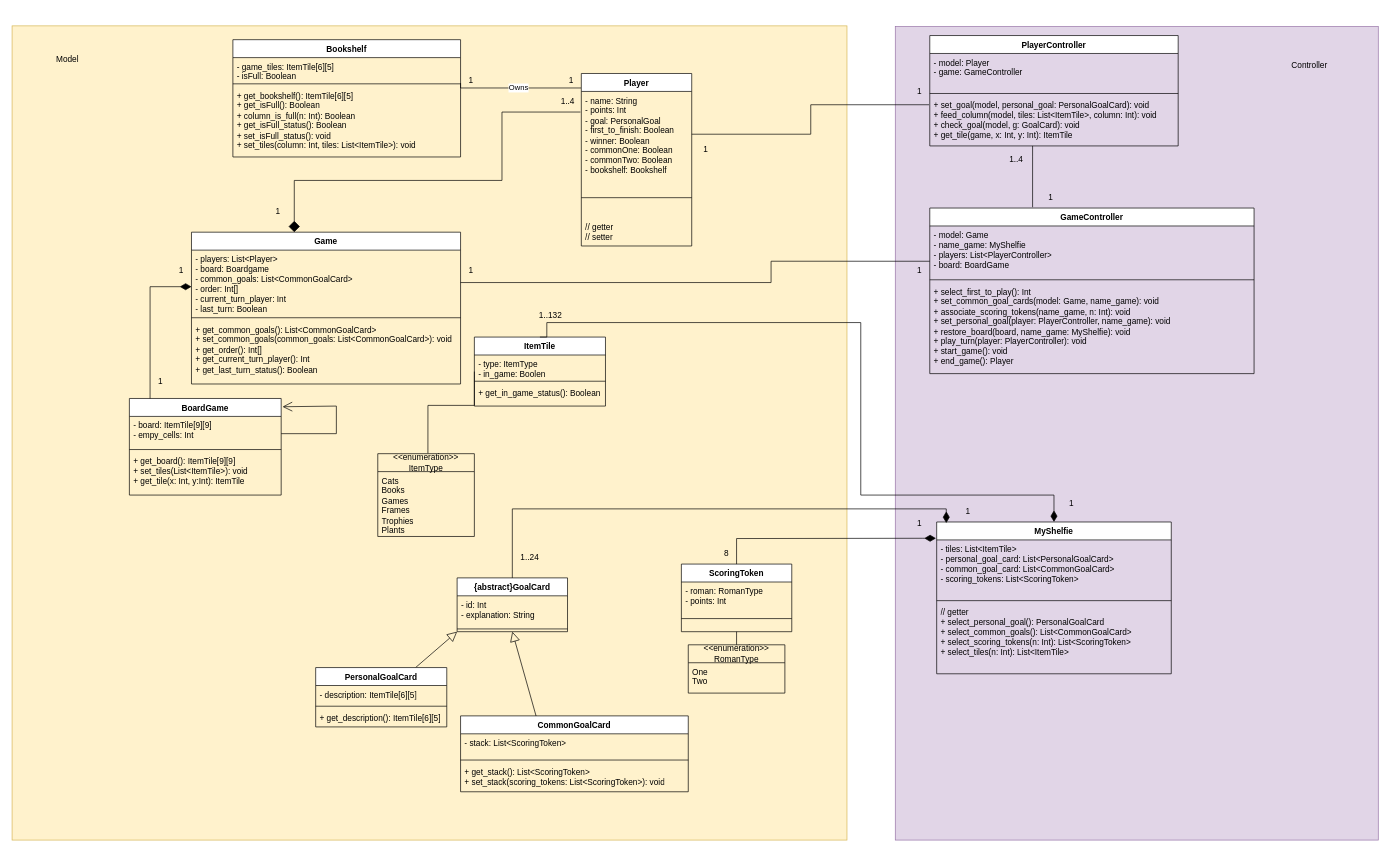
Earlier version of the draw.io diagram deliverable/classdiagram.drawio (andbna10/ing-sw-2023-Gentile-Gangi-Grandi-Isgro). Source tidied: cells renumbered, new cells numbered last; positions are measured from the earlier drawing's top-left corner, leaving out a move shared by most shapes. Both pictures are drawn from the tidied source at 69%, with x=0, y=0 at pixel (12, 26).
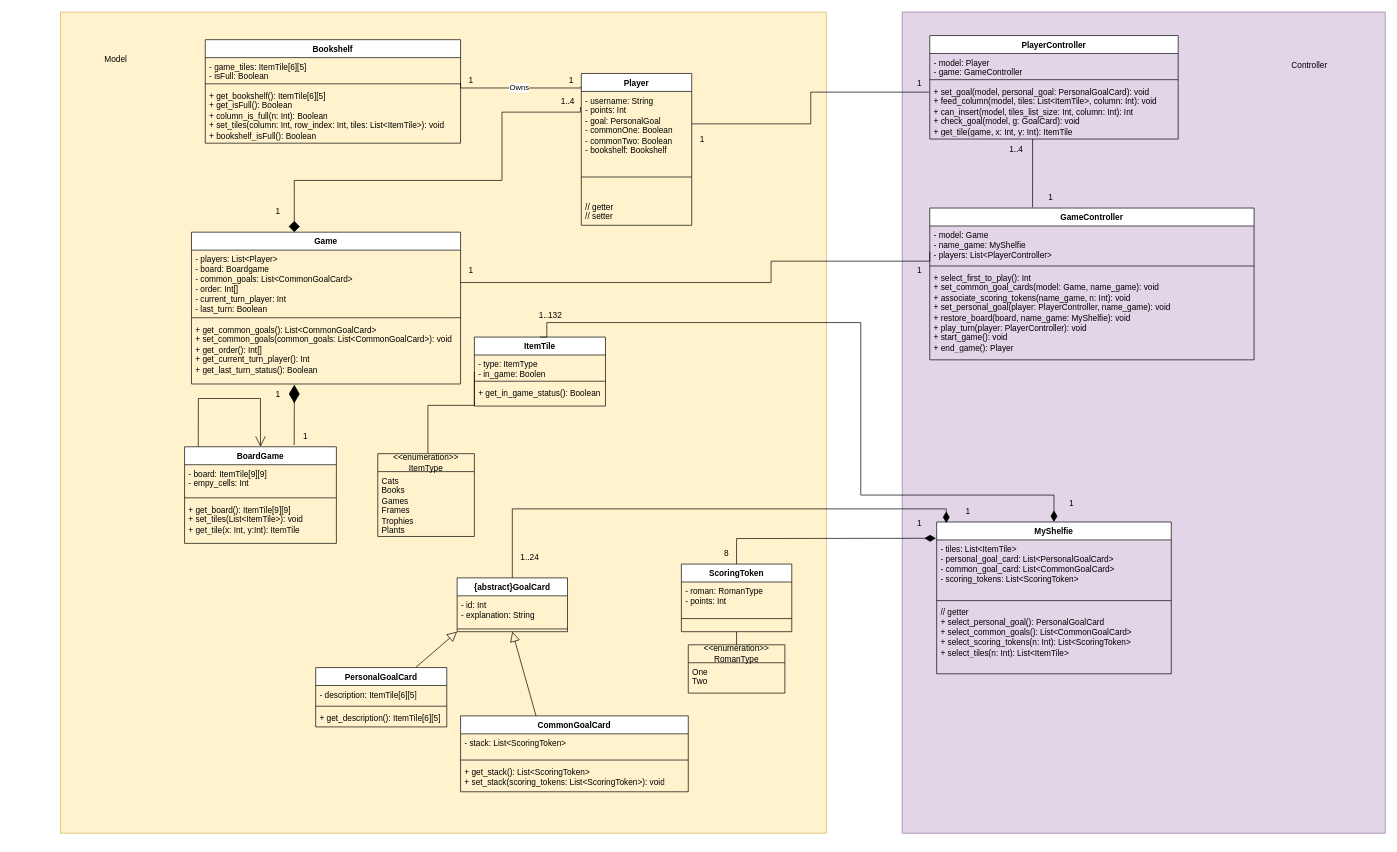
The same page after the edit.

Change to the diagram source:
```diff
@@
+    <mxCell id="3" style="rounded=0;whiteSpace=wrap;html=1;fillColor=#fff2cc;strokeColor=#d6b656;" parent="1" vertex="1">
+      <mxGeometry x="70" y="-20" width="1110" height="1190" as="geometry" />
+    </mxCell>
     <mxCell id="2" style="rounded=0;whiteSpace=wrap;html=1;fillColor=#e1d5e7;strokeColor=#9673a6;" parent="1" vertex="1">
-      <mxGeometry x="1280" y="1" width="700" height="1179" as="geometry" />
+      <mxGeometry x="1290" y="-20" width="700" height="1190" as="geometry" />
     </mxCell>
-    <mxCell id="3" style="rounded=0;whiteSpace=wrap;html=1;fillColor=#fff2cc;strokeColor=#d6b656;" parent="1" vertex="1">
-      <mxGeometry width="1210" height="1180" as="geometry" />
-    </mxCell>
     <mxCell id="4" value="GameController" style="swimlane;fontStyle=1;align=center;verticalAlign=top;horizontal=1;startSize=26;whiteSpace=wrap;html=1;" parent="1" vertex="1">
-      <mxGeometry x="1330" y="264" width="470" height="240" as="geometry" />
+      <mxGeometry x="1330" y="264" width="470" height="220" as="geometry" />
     </mxCell>
-    <mxCell id="5" value="- model: Game&lt;br&gt;-&amp;nbsp;name_game: MyShelfie&lt;br&gt;- players: List&amp;lt;PlayerController&amp;gt;&lt;br&gt;- board: BoardGame" style="text;strokeColor=none;fillColor=none;align=left;verticalAlign=top;spacingLeft=4;spacingRight=4;overflow=hidden;points=[[0,0.5],[1,0.5]];portConstraint=eastwest;whiteSpace=wrap;html=1;" parent="4" vertex="1">
-      <mxGeometry y="26" width="470" height="74" as="geometry" />
+    <mxCell id="5" value="- model: Game&lt;br&gt;-&amp;nbsp;name_game: MyShelfie&lt;br&gt;- players: List&amp;lt;PlayerController&amp;gt;" style="text;strokeColor=none;fillColor=none;align=left;verticalAlign=top;spacingLeft=4;spacingRight=4;overflow=hidden;points=[[0,0.5],[1,0.5]];portConstraint=eastwest;whiteSpace=wrap;html=1;" parent="4" vertex="1">
+      <mxGeometry y="26" width="470" height="54" as="geometry" />
     </mxCell>
     <mxCell id="6" style="line;strokeWidth=1;fillColor=none;align=left;verticalAlign=middle;spacingTop=-1;spacingLeft=3;spacingRight=3;labelPosition=right;strokeColor=inherit;" parent="4" vertex="1">
-      <mxGeometry y="100" width="470" height="8" as="geometry" />
+      <mxGeometry y="80" width="470" height="8" as="geometry" />
     </mxCell>
     <mxCell id="7" value="+ select_first_to_play(): Int&lt;br&gt;+ set_common_goal_cards(model: Game, name_game): void&lt;br&gt;+ associate_scoring_tokens(name_game, n: Int): void&lt;br&gt;+ set_personal_goal(player: PlayerController, name_game): void&lt;br&gt;+ restore_board(board, name_game: MyShelfie): void&lt;br&gt;+ play_turn(player: PlayerController): void&lt;br&gt;+ start_game(): void&lt;br&gt;+ end_game(): Player" style="text;strokeColor=none;fillColor=none;align=left;verticalAlign=top;spacingLeft=4;spacingRight=4;overflow=hidden;whiteSpace=wrap;html=1;" parent="4" vertex="1">
-      <mxGeometry y="108" width="470" height="132" as="geometry" />
+      <mxGeometry y="88" width="470" height="132" as="geometry" />
     </mxCell>
     <mxCell id="8" value="PlayerController" style="swimlane;fontStyle=1;align=center;verticalAlign=top;horizontal=1;startSize=26;whiteSpace=wrap;html=1;" parent="1" vertex="1">
-      <mxGeometry x="1330" y="14" width="360" height="160" as="geometry" />
+      <mxGeometry x="1330" y="14" width="360" height="150" as="geometry" />
     </mxCell>
     <mxCell id="9" value="- model: Player&lt;br&gt;- game: GameController" style="text;strokeColor=none;fillColor=none;align=left;verticalAlign=top;spacingLeft=4;spacingRight=4;overflow=hidden;whiteSpace=wrap;html=1;" parent="8" vertex="1">
-      <mxGeometry y="26" width="360" height="54" as="geometry" />
+      <mxGeometry y="26" width="360" height="34" as="geometry" />
     </mxCell>
     <mxCell id="10" style="line;strokeWidth=1;fillColor=none;align=left;verticalAlign=middle;spacingTop=-1;spacingLeft=3;spacingRight=3;labelPosition=right;strokeColor=inherit;" parent="8" vertex="1">
-      <mxGeometry y="80" width="360" height="8" as="geometry" />
+      <mxGeometry y="60" width="360" height="8" as="geometry" />
     </mxCell>
-    <mxCell id="11" value="+ set_goal(model, personal_goal: PersonalGoalCard): void&lt;br&gt;+ feed_column(model, tiles: List&amp;lt;ItemTile&amp;gt;, column: Int): void&lt;br&gt;+ check_goal(model, g: GoalCard): void&lt;br&gt;+ get_tile(game, x: Int, y: Int): ItemTile" style="text;strokeColor=none;fillColor=none;align=left;verticalAlign=top;spacingLeft=4;spacingRight=4;overflow=hidden;points=[[0,0.5],[1,0.5]];portConstraint=eastwest;whiteSpace=wrap;html=1;" parent="8" vertex="1">
-      <mxGeometry y="88" width="360" height="72" as="geometry" />
+    <mxCell id="11" value="+ set_goal(model, personal_goal: PersonalGoalCard): void&lt;br&gt;+ feed_column(model, tiles: List&amp;lt;ItemTile&amp;gt;, column: Int): void&lt;br&gt;+ can_insert(model, tiles_list_size: Int, column: Int): Int&lt;br&gt;+ check_goal(model, g: GoalCard): void&lt;br&gt;+ get_tile(game, x: Int, y: Int): ItemTile" style="text;strokeColor=none;fillColor=none;align=left;verticalAlign=top;spacingLeft=4;spacingRight=4;overflow=hidden;points=[[0,0.5],[1,0.5]];portConstraint=eastwest;whiteSpace=wrap;html=1;" parent="8" vertex="1">
+      <mxGeometry y="68" width="360" height="82" as="geometry" />
     </mxCell>
     <mxCell id="12" value="BoardGame" style="swimlane;fontStyle=1;align=center;verticalAlign=top;horizontal=1;startSize=26;whiteSpace=wrap;html=1;" parent="1" vertex="1">
-      <mxGeometry x="170" y="540" width="220" height="140" as="geometry" />
+      <mxGeometry x="250" y="610" width="220" height="140" as="geometry" />
     </mxCell>
@@
-    <mxCell id="48" value="1" style="text;html=1;align=center;verticalAlign=middle;strokeColor=none;fillColor=none;" parent="1" vertex="1">
-      <mxGeometry x="200" y="500" width="30" height="30" as="geometry" />
-    </mxCell>
@@
     <mxCell id="53" value="Player" style="swimlane;fontStyle=1;align=center;verticalAlign=top;horizontal=1;startSize=26;whiteSpace=wrap;html=1;" parent="1" vertex="1">
-      <mxGeometry x="825" y="69" width="160" height="250" as="geometry" />
+      <mxGeometry x="825" y="69" width="160" height="220" as="geometry" />
     </mxCell>
-    <mxCell id="54" value="- name: String&lt;br&gt;- points: Int&lt;br&gt;- goal: PersonalGoal&lt;br&gt;- first_to_finish: Boolean&lt;br&gt;- winner: Boolean&lt;br&gt;- commonOne: Boolean&lt;br&gt;- commonTwo: Boolean&lt;br&gt;- bookshelf: Bookshelf" style="text;strokeColor=none;fillColor=none;align=left;verticalAlign=top;spacingLeft=4;spacingRight=4;overflow=hidden;points=[[0,0.5],[1,0.5]];portConstraint=eastwest;whiteSpace=wrap;html=1;" parent="53" vertex="1">
-      <mxGeometry y="26" width="160" height="124" as="geometry" />
+    <mxCell id="54" value="- username: String&lt;br&gt;- points: Int&lt;br&gt;- goal: PersonalGoal&lt;br&gt;- commonOne: Boolean&lt;br&gt;- commonTwo: Boolean&lt;br&gt;- bookshelf: Bookshelf" style="text;strokeColor=none;fillColor=none;align=left;verticalAlign=top;spacingLeft=4;spacingRight=4;overflow=hidden;points=[[0,0.5],[1,0.5]];portConstraint=eastwest;whiteSpace=wrap;html=1;" parent="53" vertex="1">
+      <mxGeometry y="26" width="160" height="94" as="geometry" />
     </mxCell>
     <mxCell id="55" style="line;strokeWidth=1;fillColor=none;align=left;verticalAlign=middle;spacingTop=-1;spacingLeft=3;spacingRight=3;labelPosition=right;strokeColor=inherit;" parent="53" vertex="1">
-      <mxGeometry y="150" width="160" height="60" as="geometry" />
+      <mxGeometry y="120" width="160" height="60" as="geometry" />
     </mxCell>
     <mxCell id="56" value="// getter&lt;br&gt;// setter" style="text;strokeColor=none;fillColor=none;align=left;verticalAlign=top;spacingLeft=4;spacingRight=4;overflow=hidden;whiteSpace=wrap;html=1;" parent="53" vertex="1">
-      <mxGeometry y="210" width="160" height="40" as="geometry" />
+      <mxGeometry y="180" width="160" height="40" as="geometry" />
     </mxCell>
     <mxCell id="57" value="Bookshelf" style="swimlane;fontStyle=1;align=center;verticalAlign=top;horizontal=1;startSize=26;whiteSpace=wrap;html=1;" parent="1" vertex="1">
-      <mxGeometry x="320" y="20" width="330" height="170" as="geometry" />
+      <mxGeometry x="280" y="20" width="370" height="150" as="geometry" />
     </mxCell>
     <mxCell id="58" value="- game_tiles: ItemTile[6][5]&lt;br style=&quot;border-color: var(--border-color);&quot;&gt;- isFull: Boolean" style="text;strokeColor=none;fillColor=none;align=left;verticalAlign=top;spacingLeft=4;spacingRight=4;overflow=hidden;whiteSpace=wrap;html=1;" parent="57" vertex="1">
-      <mxGeometry y="26" width="330" height="34" as="geometry" />
+      <mxGeometry y="26" width="370" height="34" as="geometry" />
     </mxCell>
     <mxCell id="59" style="line;strokeWidth=1;fillColor=none;align=left;verticalAlign=middle;spacingTop=-1;spacingLeft=3;spacingRight=3;labelPosition=right;strokeColor=inherit;" parent="57" vertex="1">
-      <mxGeometry y="60" width="330" height="8" as="geometry" />
+      <mxGeometry y="60" width="370" height="8" as="geometry" />
     </mxCell>
-    <mxCell id="60" value="+ get_bookshelf(): ItemTile[6][5]&lt;br&gt;+ get_isFull(): Boolean&lt;br&gt;+ column_is_full(n: Int): Boolean&lt;br&gt;+ get_isFull_status(): Boolean&lt;br style=&quot;border-color: var(--border-color);&quot;&gt;+ set_isFull_status(): void&lt;br&gt;+ set_tiles(column: Int, tiles: List&amp;lt;ItemTile&amp;gt;): void" style="text;strokeColor=none;fillColor=none;align=left;verticalAlign=top;spacingLeft=4;spacingRight=4;overflow=hidden;whiteSpace=wrap;html=1;" parent="57" vertex="1">
-      <mxGeometry y="68" width="330" height="102" as="geometry" />
+    <mxCell id="60" value="+ get_bookshelf(): ItemTile[6][5]&lt;br&gt;+ get_isFull(): Boolean&lt;br&gt;+ column_is_full(n: Int): Boolean&lt;br&gt;+ set_tiles(column: Int, row_index: Int, tiles: List&amp;lt;ItemTile&amp;gt;): void&lt;br&gt;+ bookshelf_isFull(): Boolean" style="text;strokeColor=none;fillColor=none;align=left;verticalAlign=top;spacingLeft=4;spacingRight=4;overflow=hidden;whiteSpace=wrap;html=1;" parent="57" vertex="1">
+      <mxGeometry y="68" width="370" height="82" as="geometry" />
     </mxCell>
-    <mxCell id="61" style="endArrow=none;html=1;endSize=12;startArrow=diamondThin;startSize=14;startFill=1;edgeStyle=orthogonalEdgeStyle;align=left;verticalAlign=bottom;rounded=0;endFill=0;" parent="1" edge="1">
-      <mxGeometry x="-0.71" y="-20" relative="1" as="geometry">
-        <mxPoint x="260" y="378" as="sourcePoint" />
-        <mxPoint x="200" y="540" as="targetPoint" />
-        <Array as="points">
-          <mxPoint x="200" y="378" />
-          <mxPoint x="200" y="540" />
-        </Array>
-      </mxGeometry>
-    </mxCell>
@@
     <mxCell id="63" value="1" style="text;html=1;align=center;verticalAlign=middle;strokeColor=none;fillColor=none;" parent="1" vertex="1">
-      <mxGeometry x="1300" y="80" width="30" height="30" as="geometry" />
+      <mxGeometry x="1300" y="69" width="30" height="30" as="geometry" />
     </mxCell>
     <mxCell id="64" value="1" style="text;html=1;align=center;verticalAlign=middle;strokeColor=none;fillColor=none;" parent="1" vertex="1">
-      <mxGeometry x="990" y="164" width="30" height="30" as="geometry" />
+      <mxGeometry x="985" y="150" width="30" height="30" as="geometry" />
     </mxCell>
@@
     <mxCell id="66" value="Model" style="text;html=1;align=center;verticalAlign=middle;strokeColor=none;fillColor=none;" parent="1" vertex="1">
-      <mxGeometry x="50" y="34" width="60" height="30" as="geometry" />
+      <mxGeometry x="120" y="34" width="60" height="30" as="geometry" />
     </mxCell>
@@
-    <mxCell id="68" value="1" style="text;html=1;align=center;verticalAlign=middle;strokeColor=none;fillColor=none;" parent="1" vertex="1">
-      <mxGeometry x="230" y="340" width="30" height="30" as="geometry" />
-    </mxCell>
     <mxCell id="69" value="1..4" style="text;html=1;align=center;verticalAlign=middle;strokeColor=none;fillColor=none;" parent="1" vertex="1">
-      <mxGeometry x="1435" y="179" width="40" height="30" as="geometry" />
+      <mxGeometry x="1435" y="164" width="40" height="30" as="geometry" />
     </mxCell>
@@
-    <mxCell id="82" style="edgeStyle=orthogonalEdgeStyle;rounded=0;orthogonalLoop=1;jettySize=auto;html=1;entryX=1.008;entryY=0.073;entryDx=0;entryDy=0;entryPerimeter=0;startArrow=none;startFill=0;strokeWidth=1;startSize=14;endSize=12;endArrow=open;endFill=0;" parent="1" edge="1">
-      <mxGeometry relative="1" as="geometry">
-        <mxPoint x="390" y="591" as="sourcePoint" />
-        <mxPoint x="392" y="552" as="targetPoint" />
-        <Array as="points">
-          <mxPoint x="470" y="591" />
-          <mxPoint x="470" y="551" />
-          <mxPoint x="392" y="551" />
-        </Array>
-      </mxGeometry>
-    </mxCell>
@@
+    <mxCell id="88" style="endArrow=diamondThin;endFill=1;endSize=24;html=1;rounded=0;exitX=0.722;exitY=-0.018;exitDx=0;exitDy=0;exitPerimeter=0;" parent="1" edge="1" source="12">
+      <mxGeometry relative="1" as="geometry">
+        <mxPoint x="409" y="520" as="targetPoint" />
+        <Array as="points">
+          <mxPoint x="409" y="550" />
+          <mxPoint x="409" y="540" />
+        </Array>
+      </mxGeometry>
+    </mxCell>
+    <mxCell id="89" value="1" style="text;html=1;align=center;verticalAlign=middle;strokeColor=none;fillColor=none;" parent="1" vertex="1">
+      <mxGeometry x="370" y="519" width="30" height="30" as="geometry" />
+    </mxCell>
+    <mxCell id="90" value="1" style="text;html=1;align=center;verticalAlign=middle;strokeColor=none;fillColor=none;" parent="1" vertex="1">
+      <mxGeometry x="410" y="580" width="30" height="30" as="geometry" />
+    </mxCell>
+    <mxCell id="91" style="endArrow=open;endFill=0;endSize=13;html=1;rounded=0;exitX=0.09;exitY=0.001;exitDx=0;exitDy=0;exitPerimeter=0;entryX=0.5;entryY=0;entryDx=0;entryDy=0;" parent="1" edge="1" source="12" target="12">
+      <mxGeometry relative="1" as="geometry">
+        <Array as="points">
+          <mxPoint x="270" y="540" />
+          <mxPoint x="360" y="540" />
+        </Array>
+      </mxGeometry>
+    </mxCell>
```
